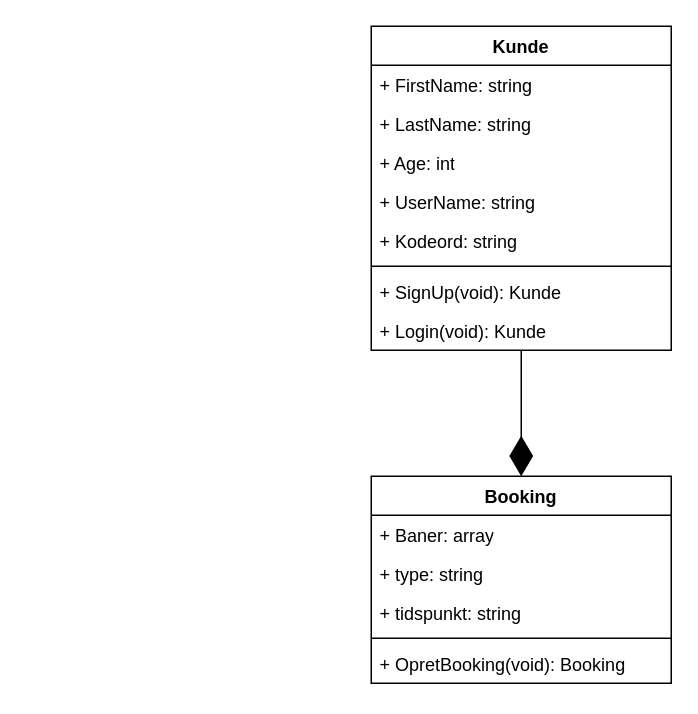
SuneVilsgaard/progb keeps this draw.io diagram as Prog_eksamen.drawio. Above is the earlier version. Source tidied: cells renumbered, new cells numbered last; positions are measured from the earlier drawing's top-left corner, leaving out a move shared by most shapes. Both pictures are drawn from the tidied source at 150%, with x=0, y=0 at pixel (370, 26).
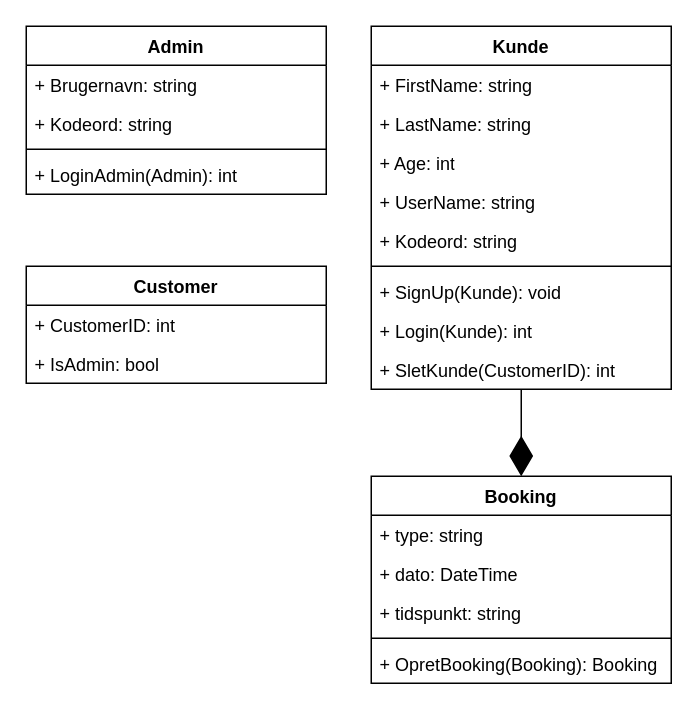
The same page after the edit.

Commit message (it also covers changes not shown here):
Update i UML diagrammet

Unchanged cells that the change refers to:
```xml
<mxCell id="2" value="Booking" style="swimlane;fontStyle=1;align=center;verticalAlign=top;horizontal=1;startSize=26;whiteSpace=wrap;html=1;" parent="1" vertex="1">
  <mxGeometry y="300" width="200" height="138" as="geometry" />
</mxCell>
```

Diff of the diagram source:
```diff
@@
-    <mxCell id="3" value="+ Baner: array" style="text;strokeColor=none;fillColor=none;align=left;verticalAlign=top;spacingLeft=4;spacingRight=4;overflow=hidden;whiteSpace=wrap;html=1;" parent="2" vertex="1">
-      <mxGeometry y="26" width="200" height="26" as="geometry" />
-    </mxCell>
     <mxCell id="4" value="+ type: string" style="text;strokeColor=none;fillColor=none;align=left;verticalAlign=top;spacingLeft=4;spacingRight=4;overflow=hidden;whiteSpace=wrap;html=1;" parent="2" vertex="1">
-      <mxGeometry y="52" width="200" height="26" as="geometry" />
+      <mxGeometry y="26" width="200" height="26" as="geometry" />
     </mxCell>
+    <mxCell id="18" value="+ dato: DateTime" style="text;strokeColor=none;fillColor=none;align=left;verticalAlign=top;spacingLeft=4;spacingRight=4;overflow=hidden;whiteSpace=wrap;html=1;" parent="2" vertex="1">
+      <mxGeometry y="52" width="200" height="26" as="geometry" />
+    </mxCell>
@@
-    <mxCell id="7" value="+ OpretBooking(void): Booking" style="text;strokeColor=none;fillColor=none;align=left;verticalAlign=top;spacingLeft=4;spacingRight=4;overflow=hidden;whiteSpace=wrap;html=1;" parent="2" vertex="1">
+    <mxCell id="7" value="+ OpretBooking(Booking): Booking" style="text;strokeColor=none;fillColor=none;align=left;verticalAlign=top;spacingLeft=4;spacingRight=4;overflow=hidden;whiteSpace=wrap;html=1;" parent="2" vertex="1">
       <mxGeometry y="112" width="200" height="26" as="geometry" />
     </mxCell>
     <mxCell id="8" value="Kunde" style="swimlane;fontStyle=1;align=center;verticalAlign=top;horizontal=1;startSize=26;whiteSpace=wrap;html=1;" parent="1" vertex="1">
-      <mxGeometry width="200" height="216" as="geometry" />
+      <mxGeometry width="200" height="242" as="geometry" />
     </mxCell>
@@
-    <mxCell id="15" value="+ SignUp(void): Kunde" style="text;strokeColor=none;fillColor=none;align=left;verticalAlign=top;spacingLeft=4;spacingRight=4;overflow=hidden;whiteSpace=wrap;html=1;" parent="8" vertex="1">
+    <mxCell id="15" value="+ SignUp(Kunde): void" style="text;strokeColor=none;fillColor=none;align=left;verticalAlign=top;spacingLeft=4;spacingRight=4;overflow=hidden;whiteSpace=wrap;html=1;" parent="8" vertex="1">
       <mxGeometry y="164" width="200" height="26" as="geometry" />
     </mxCell>
-    <mxCell id="16" value="+ Login(void): Kunde" style="text;strokeColor=none;fillColor=none;align=left;verticalAlign=top;spacingLeft=4;spacingRight=4;overflow=hidden;whiteSpace=wrap;html=1;" parent="8" vertex="1">
+    <mxCell id="16" value="+ Login(Kunde): int" style="text;strokeColor=none;fillColor=none;align=left;verticalAlign=top;spacingLeft=4;spacingRight=4;overflow=hidden;whiteSpace=wrap;html=1;" parent="8" vertex="1">
       <mxGeometry y="190" width="200" height="26" as="geometry" />
     </mxCell>
+    <mxCell id="19" value="+ SletKunde(CustomerID): int" style="text;strokeColor=none;fillColor=none;align=left;verticalAlign=top;spacingLeft=4;spacingRight=4;overflow=hidden;whiteSpace=wrap;html=1;" parent="8" vertex="1">
+      <mxGeometry y="216" width="200" height="26" as="geometry" />
+    </mxCell>
@@
+    <mxCell id="20" value="Admin" style="swimlane;fontStyle=1;align=center;verticalAlign=top;horizontal=1;startSize=26;whiteSpace=wrap;html=1;" parent="1" vertex="1">
+      <mxGeometry x="-230" width="200" height="112" as="geometry" />
+    </mxCell>
+    <mxCell id="21" value="+ Brugernavn: string" style="text;strokeColor=none;fillColor=none;align=left;verticalAlign=top;spacingLeft=4;spacingRight=4;overflow=hidden;whiteSpace=wrap;html=1;" parent="20" vertex="1">
+      <mxGeometry y="26" width="200" height="26" as="geometry" />
+    </mxCell>
+    <mxCell id="22" value="+ Kodeord: string" style="text;strokeColor=none;fillColor=none;align=left;verticalAlign=top;spacingLeft=4;spacingRight=4;overflow=hidden;whiteSpace=wrap;html=1;" parent="20" vertex="1">
+      <mxGeometry y="52" width="200" height="26" as="geometry" />
+    </mxCell>
+    <mxCell id="23" style="line;strokeWidth=1;fillColor=none;align=left;verticalAlign=middle;spacingTop=-1;spacingLeft=3;spacingRight=3;labelPosition=right;strokeColor=inherit;" parent="20" vertex="1">
+      <mxGeometry y="78" width="200" height="8" as="geometry" />
+    </mxCell>
+    <mxCell id="24" value="+ LoginAdmin(Admin): int" style="text;strokeColor=none;fillColor=none;align=left;verticalAlign=top;spacingLeft=4;spacingRight=4;overflow=hidden;whiteSpace=wrap;html=1;" parent="20" vertex="1">
+      <mxGeometry y="86" width="200" height="26" as="geometry" />
+    </mxCell>
+    <mxCell id="25" value="Customer" style="swimlane;fontStyle=1;align=center;verticalAlign=top;horizontal=1;startSize=26;whiteSpace=wrap;html=1;" parent="1" vertex="1">
+      <mxGeometry x="-230" y="160" width="200" height="78" as="geometry" />
+    </mxCell>
+    <mxCell id="26" value="+ CustomerID: int" style="text;strokeColor=none;fillColor=none;align=left;verticalAlign=top;spacingLeft=4;spacingRight=4;overflow=hidden;whiteSpace=wrap;html=1;" parent="25" vertex="1">
+      <mxGeometry y="26" width="200" height="26" as="geometry" />
+    </mxCell>
+    <mxCell id="27" value="+ IsAdmin: bool" style="text;strokeColor=none;fillColor=none;align=left;verticalAlign=top;spacingLeft=4;spacingRight=4;overflow=hidden;whiteSpace=wrap;html=1;" parent="25" vertex="1">
+      <mxGeometry y="52" width="200" height="26" as="geometry" />
+    </mxCell>
```
